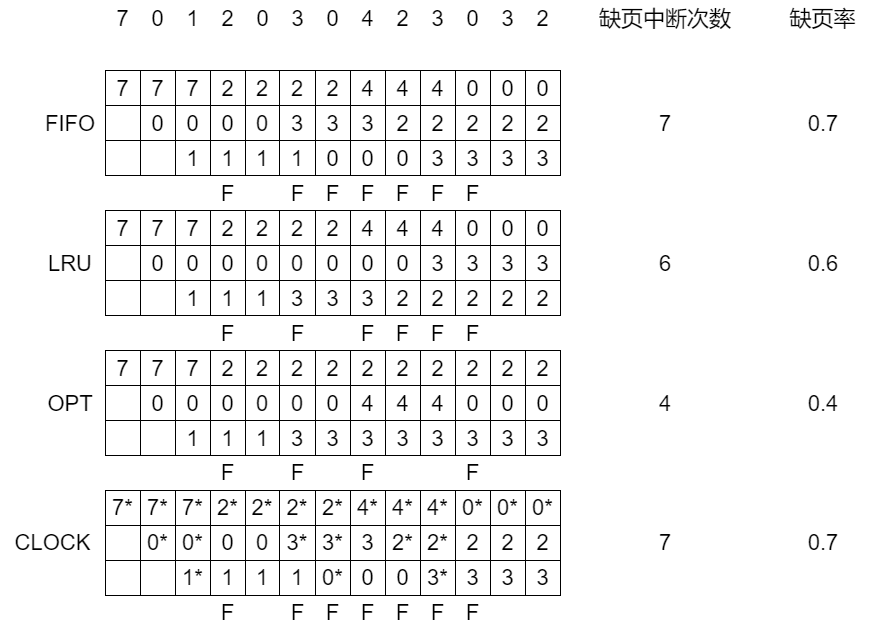
Before: b.png, a diagram exported from draw.io (d12905/img). Source tidied: cells renumbered, new cells last; positions are measured from the earlier drawing's top-left corner, leaving out a move shared by most shapes.
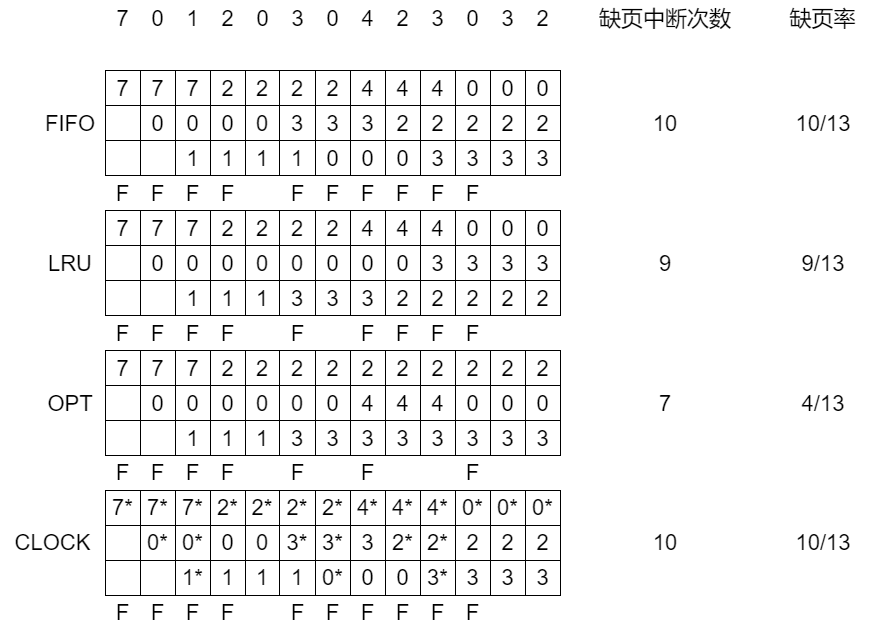
After the commit.

What changed in the source:
```diff
@@ -644,32 +644,68 @@
     <mxCell id="215" value="缺页中断次数" style="text;html=1;strokeColor=none;fillColor=none;align=center;verticalAlign=middle;whiteSpace=wrap;rounded=0;fontSize=22;" parent="1" vertex="1">
       <mxGeometry x="595" width="140" height="35" as="geometry" />
     </mxCell>
-    <mxCell id="216" value="7" style="text;html=1;strokeColor=none;fillColor=none;align=center;verticalAlign=middle;whiteSpace=wrap;rounded=0;fontSize=22;" parent="1" vertex="1">
+    <mxCell id="216" value="10" style="text;html=1;strokeColor=none;fillColor=none;align=center;verticalAlign=middle;whiteSpace=wrap;rounded=0;fontSize=22;" parent="1" vertex="1">
       <mxGeometry x="630" y="105" width="70" height="35" as="geometry" />
     </mxCell>
-    <mxCell id="217" value="6" style="text;html=1;strokeColor=none;fillColor=none;align=center;verticalAlign=middle;whiteSpace=wrap;rounded=0;fontSize=22;" parent="1" vertex="1">
+    <mxCell id="217" value="9" style="text;html=1;strokeColor=none;fillColor=none;align=center;verticalAlign=middle;whiteSpace=wrap;rounded=0;fontSize=22;" parent="1" vertex="1">
       <mxGeometry x="630" y="245" width="70" height="35" as="geometry" />
     </mxCell>
-    <mxCell id="218" value="4" style="text;html=1;strokeColor=none;fillColor=none;align=center;verticalAlign=middle;whiteSpace=wrap;rounded=0;fontSize=22;" parent="1" vertex="1">
+    <mxCell id="218" value="7" style="text;html=1;strokeColor=none;fillColor=none;align=center;verticalAlign=middle;whiteSpace=wrap;rounded=0;fontSize=22;" parent="1" vertex="1">
       <mxGeometry x="630" y="385" width="70" height="35" as="geometry" />
     </mxCell>
-    <mxCell id="219" value="7" style="text;html=1;strokeColor=none;fillColor=none;align=center;verticalAlign=middle;whiteSpace=wrap;rounded=0;fontSize=22;" parent="1" vertex="1">
+    <mxCell id="219" value="10" style="text;html=1;strokeColor=none;fillColor=none;align=center;verticalAlign=middle;whiteSpace=wrap;rounded=0;fontSize=22;" parent="1" vertex="1">
       <mxGeometry x="630" y="525" width="70" height="35" as="geometry" />
     </mxCell>
     <mxCell id="220" value="缺页率" style="text;html=1;strokeColor=none;fillColor=none;align=center;verticalAlign=middle;whiteSpace=wrap;rounded=0;fontSize=22;" parent="1" vertex="1">
       <mxGeometry x="770" width="105" height="35" as="geometry" />
     </mxCell>
-    <mxCell id="221" value="0.7" style="text;html=1;strokeColor=none;fillColor=none;align=center;verticalAlign=middle;whiteSpace=wrap;rounded=0;fontSize=22;" parent="1" vertex="1">
+    <mxCell id="221" value="10/13" style="text;html=1;strokeColor=none;fillColor=none;align=center;verticalAlign=middle;whiteSpace=wrap;rounded=0;fontSize=22;" parent="1" vertex="1">
       <mxGeometry x="787.5" y="105" width="70" height="35" as="geometry" />
     </mxCell>
-    <mxCell id="222" value="0.6" style="text;html=1;strokeColor=none;fillColor=none;align=center;verticalAlign=middle;whiteSpace=wrap;rounded=0;fontSize=22;" parent="1" vertex="1">
+    <mxCell id="222" value="9/13" style="text;html=1;strokeColor=none;fillColor=none;align=center;verticalAlign=middle;whiteSpace=wrap;rounded=0;fontSize=22;" parent="1" vertex="1">
       <mxGeometry x="787.5" y="245" width="70" height="35" as="geometry" />
     </mxCell>
-    <mxCell id="223" value="0.4" style="text;html=1;strokeColor=none;fillColor=none;align=center;verticalAlign=middle;whiteSpace=wrap;rounded=0;fontSize=22;" parent="1" vertex="1">
+    <mxCell id="223" value="4/13" style="text;html=1;strokeColor=none;fillColor=none;align=center;verticalAlign=middle;whiteSpace=wrap;rounded=0;fontSize=22;" parent="1" vertex="1">
       <mxGeometry x="787.5" y="385" width="70" height="35" as="geometry" />
     </mxCell>
-    <mxCell id="224" value="0.7" style="text;html=1;strokeColor=none;fillColor=none;align=center;verticalAlign=middle;whiteSpace=wrap;rounded=0;fontSize=22;" parent="1" vertex="1">
+    <mxCell id="224" value="10/13" style="text;html=1;strokeColor=none;fillColor=none;align=center;verticalAlign=middle;whiteSpace=wrap;rounded=0;fontSize=22;" parent="1" vertex="1">
       <mxGeometry x="787.5" y="525" width="70" height="35" as="geometry" />
     </mxCell>
+    <mxCell id="225" value="F" style="text;html=1;strokeColor=none;fillColor=none;align=center;verticalAlign=middle;whiteSpace=wrap;rounded=0;fontSize=22;" parent="1" vertex="1">
+      <mxGeometry x="105" y="175" width="35" height="35" as="geometry" />
+    </mxCell>
+    <mxCell id="226" value="F" style="text;html=1;strokeColor=none;fillColor=none;align=center;verticalAlign=middle;whiteSpace=wrap;rounded=0;fontSize=22;" parent="1" vertex="1">
+      <mxGeometry x="140" y="175" width="35" height="35" as="geometry" />
+    </mxCell>
+    <mxCell id="227" value="F" style="text;html=1;strokeColor=none;fillColor=none;align=center;verticalAlign=middle;whiteSpace=wrap;rounded=0;fontSize=22;" parent="1" vertex="1">
+      <mxGeometry x="175" y="175" width="35" height="35" as="geometry" />
+    </mxCell>
+    <mxCell id="228" value="F" style="text;html=1;strokeColor=none;fillColor=none;align=center;verticalAlign=middle;whiteSpace=wrap;rounded=0;fontSize=22;" parent="1" vertex="1">
+      <mxGeometry x="105" y="315" width="35" height="35" as="geometry" />
+    </mxCell>
+    <mxCell id="229" value="F" style="text;html=1;strokeColor=none;fillColor=none;align=center;verticalAlign=middle;whiteSpace=wrap;rounded=0;fontSize=22;" parent="1" vertex="1">
+      <mxGeometry x="140" y="315" width="35" height="35" as="geometry" />
+    </mxCell>
+    <mxCell id="230" value="F" style="text;html=1;strokeColor=none;fillColor=none;align=center;verticalAlign=middle;whiteSpace=wrap;rounded=0;fontSize=22;" parent="1" vertex="1">
+      <mxGeometry x="175" y="315" width="35" height="35" as="geometry" />
+    </mxCell>
+    <mxCell id="231" value="F" style="text;html=1;strokeColor=none;fillColor=none;align=center;verticalAlign=middle;whiteSpace=wrap;rounded=0;fontSize=22;" parent="1" vertex="1">
+      <mxGeometry x="105" y="455" width="35" height="35" as="geometry" />
+    </mxCell>
+    <mxCell id="232" value="F" style="text;html=1;strokeColor=none;fillColor=none;align=center;verticalAlign=middle;whiteSpace=wrap;rounded=0;fontSize=22;" parent="1" vertex="1">
+      <mxGeometry x="140" y="455" width="35" height="35" as="geometry" />
+    </mxCell>
+    <mxCell id="233" value="F" style="text;html=1;strokeColor=none;fillColor=none;align=center;verticalAlign=middle;whiteSpace=wrap;rounded=0;fontSize=22;" parent="1" vertex="1">
+      <mxGeometry x="175" y="455" width="35" height="35" as="geometry" />
+    </mxCell>
+    <mxCell id="234" value="F" style="text;html=1;strokeColor=none;fillColor=none;align=center;verticalAlign=middle;whiteSpace=wrap;rounded=0;fontSize=22;" parent="1" vertex="1">
+      <mxGeometry x="105" y="595" width="35" height="35" as="geometry" />
+    </mxCell>
+    <mxCell id="235" value="F" style="text;html=1;strokeColor=none;fillColor=none;align=center;verticalAlign=middle;whiteSpace=wrap;rounded=0;fontSize=22;" parent="1" vertex="1">
+      <mxGeometry x="140" y="595" width="35" height="35" as="geometry" />
+    </mxCell>
+    <mxCell id="236" value="F" style="text;html=1;strokeColor=none;fillColor=none;align=center;verticalAlign=middle;whiteSpace=wrap;rounded=0;fontSize=22;" parent="1" vertex="1">
+      <mxGeometry x="175" y="595" width="35" height="35" as="geometry" />
+    </mxCell>
   </root>
 </mxGraphModel>
```
